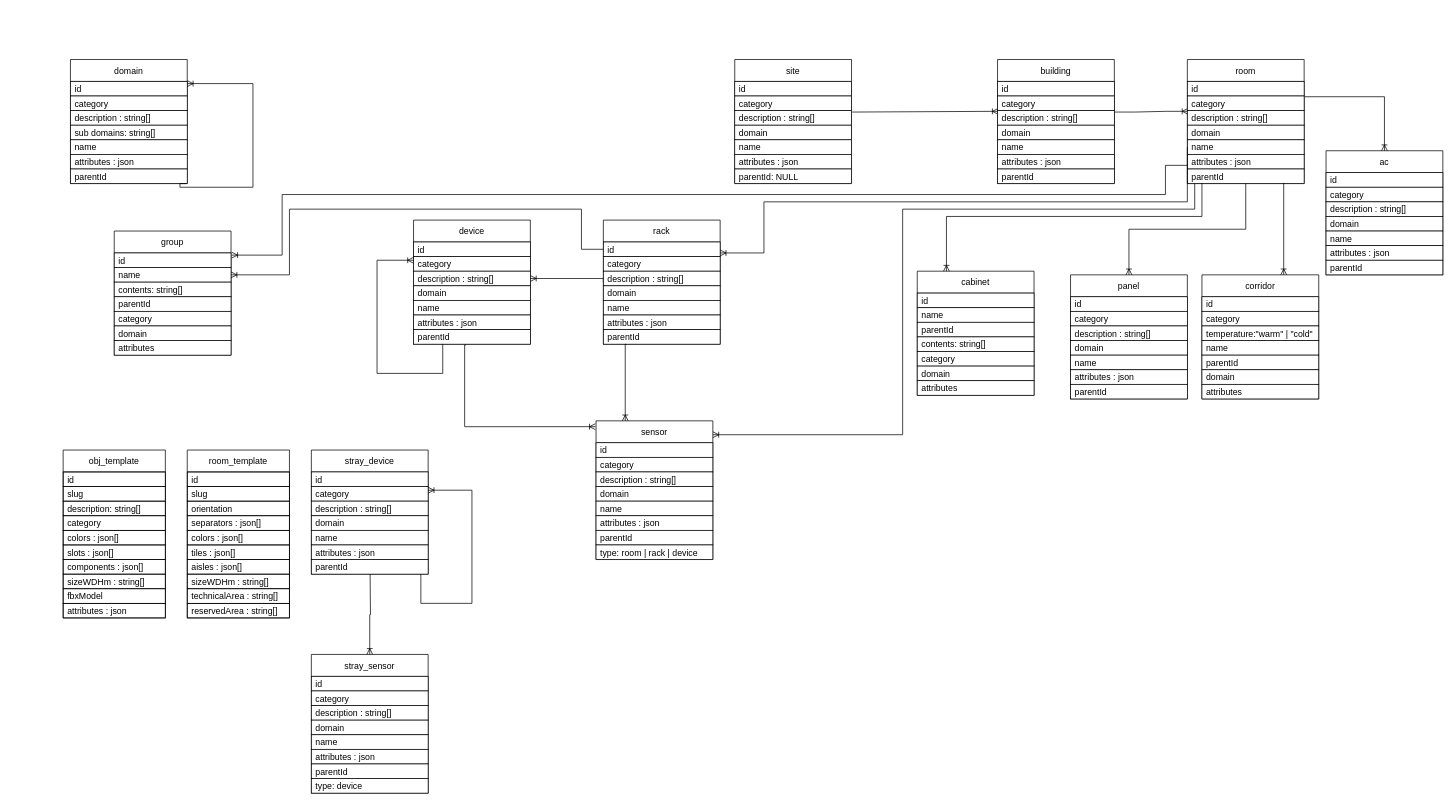
Above: resources/diagrams/DB.drawio in ditrit/OGrEE-Core (draw.io), before the change. Source tidied: cells renumbered, new cells numbered last; positions are measured from the earlier drawing's top-left corner, leaving out a move shared by most shapes. Both pictures are drawn from the tidied source at 73%, with x=0, y=0 at pixel (63, 59).
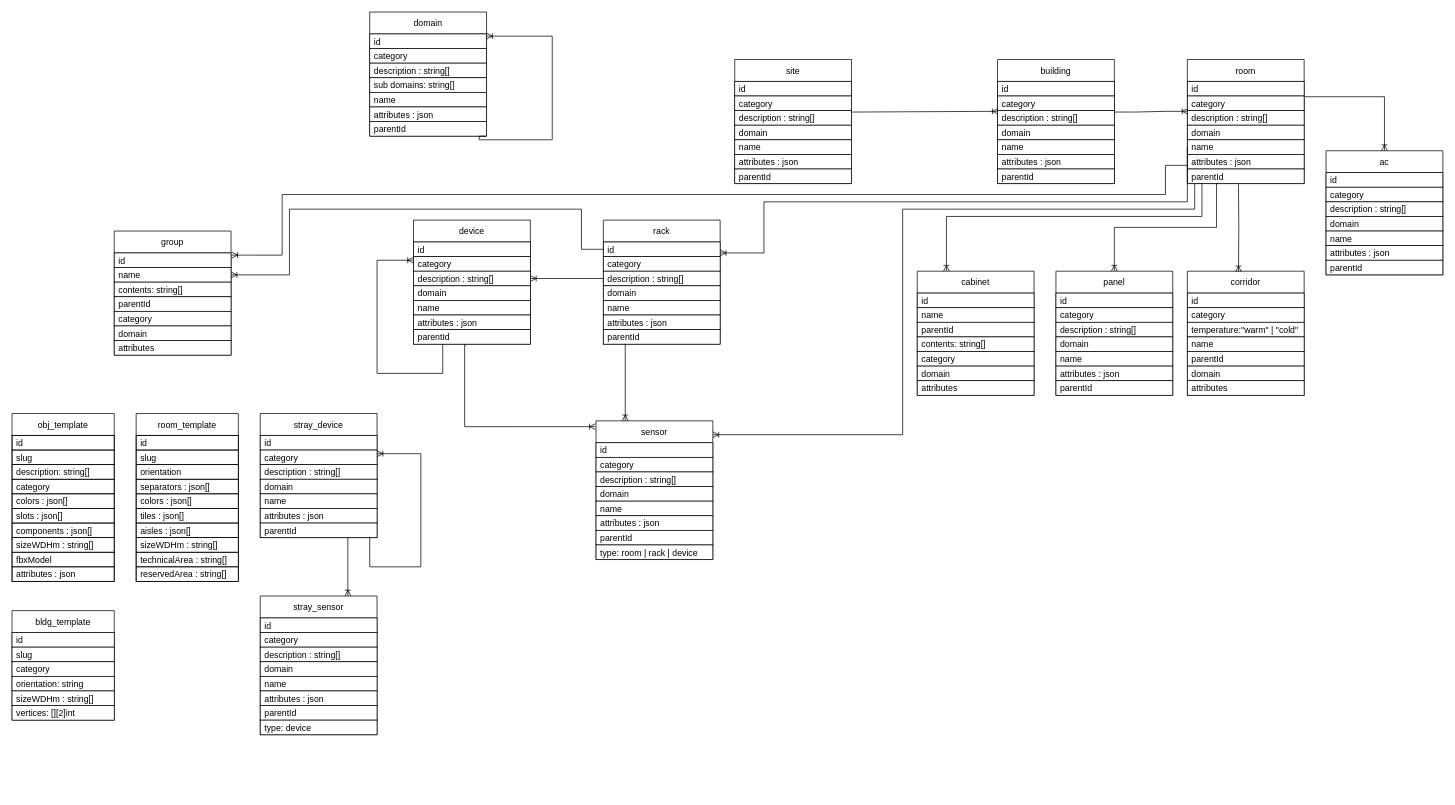
After the change.

The change refers to these unchanged cells:
```xml
<mxCell id="24" value="site" style="swimlane;fontStyle=0;horizontal=1;startSize=30;fillColor=default;strokeColor=default;fontColor=default;" parent="1" vertex="1">
  <mxGeometry x="920" width="160" height="170" as="geometry" />
</mxCell>
<mxCell id="40" value="room" style="swimlane;fontStyle=0;horizontal=1;startSize=30;fillColor=default;strokeColor=default;fontColor=default;" parent="1" vertex="1">
  <mxGeometry x="1540" width="160" height="170" as="geometry" />
</mxCell>
<mxCell id="50" value="parentId" style="text;strokeColor=default;fillColor=default;align=left;verticalAlign=middle;spacingLeft=4;spacingRight=4;overflow=hidden;points=[[0,0.5],[1,0.5]];portConstraint=eastwest;fontColor=default;" parent="40" vertex="1">
  <mxGeometry y="150" width="160" height="20" as="geometry" />
</mxCell>
```

Change to the diagram source:
```diff
@@
-    <mxCell id="2" value="domain" style="swimlane;fontStyle=0;horizontal=1;startSize=30;fillColor=default;strokeColor=default;fontColor=default;" parent="1" vertex="1">
-      <mxGeometry x="10" width="160" height="170" as="geometry" />
-    </mxCell>
-    <mxCell id="3" value="id" style="text;strokeColor=default;fillColor=default;align=left;verticalAlign=middle;spacingLeft=4;spacingRight=4;overflow=hidden;points=[[0,0.5],[1,0.5]];portConstraint=eastwest;fontColor=default;" parent="2" vertex="1">
-      <mxGeometry y="30" width="160" height="20" as="geometry" />
-    </mxCell>
-    <mxCell id="4" value="category" style="text;strokeColor=default;fillColor=default;align=left;verticalAlign=middle;spacingLeft=4;spacingRight=4;overflow=hidden;fontColor=default;" parent="2" vertex="1">
-      <mxGeometry y="50" width="160" height="20" as="geometry" />
-    </mxCell>
-    <mxCell id="5" value="description : string[]" style="text;strokeColor=default;fillColor=default;align=left;verticalAlign=middle;spacingLeft=4;spacingRight=4;overflow=hidden;fontColor=default;" parent="2" vertex="1">
-      <mxGeometry y="70" width="160" height="20" as="geometry" />
-    </mxCell>
-    <mxCell id="6" value="sub domains: string[]" style="text;strokeColor=default;fillColor=default;align=left;verticalAlign=middle;spacingLeft=4;spacingRight=4;overflow=hidden;fontColor=default;" parent="2" vertex="1">
-      <mxGeometry y="90" width="160" height="20" as="geometry" />
-    </mxCell>
-    <mxCell id="7" value="name" style="text;strokeColor=default;fillColor=default;align=left;verticalAlign=middle;spacingLeft=4;spacingRight=4;overflow=hidden;fontColor=default;" parent="2" vertex="1">
-      <mxGeometry y="110" width="160" height="20" as="geometry" />
-    </mxCell>
-    <mxCell id="8" value="attributes : json" style="text;strokeColor=default;fillColor=default;align=left;verticalAlign=middle;spacingLeft=4;spacingRight=4;overflow=hidden;fontColor=default;" parent="2" vertex="1">
-      <mxGeometry y="130" width="160" height="20" as="geometry" />
-    </mxCell>
-    <mxCell id="9" value="parentId" style="text;strokeColor=default;fillColor=default;align=left;verticalAlign=middle;spacingLeft=4;spacingRight=4;overflow=hidden;points=[[0,0.5],[1,0.5]];portConstraint=eastwest;fontColor=default;" parent="2" vertex="1">
-      <mxGeometry y="150" width="160" height="20" as="geometry" />
-    </mxCell>
-    <mxCell id="10" style="edgeStyle=orthogonalEdgeStyle;rounded=0;jettySize=auto;html=1;labelBackgroundColor=default;fontColor=default;endArrow=ERoneToMany;endFill=0;strokeColor=default;exitX=0.994;exitY=1;exitDx=0;exitDy=0;exitPerimeter=0;entryX=1;entryY=0.15;entryDx=0;entryDy=0;entryPerimeter=0;" parent="2" edge="1" source="9" target="3">
-      <mxGeometry relative="1" as="geometry">
-        <Array as="points">
-          <mxPoint x="150" y="170" />
-          <mxPoint x="150" y="175" />
-          <mxPoint x="250" y="175" />
-          <mxPoint x="250" y="33" />
-        </Array>
-      </mxGeometry>
-    </mxCell>
@@
     <mxCell id="13" value="room_template" style="swimlane;fontStyle=0;horizontal=1;startSize=30;fontColor=default;strokeColor=default;fillColor=default;" parent="1" vertex="1">
-      <mxGeometry x="170" y="535" width="140" height="230" as="geometry" />
+      <mxGeometry x="100" y="485" width="140" height="230" as="geometry" />
     </mxCell>
@@
-    <mxCell id="31" value="parentId: NULL" style="text;strokeColor=default;fillColor=default;align=left;verticalAlign=middle;spacingLeft=4;spacingRight=4;overflow=hidden;fontColor=default;" parent="24" vertex="1">
+    <mxCell id="31" value="parentId" style="text;strokeColor=default;fillColor=default;align=left;verticalAlign=middle;spacingLeft=4;spacingRight=4;overflow=hidden;fontColor=default;" parent="24" vertex="1">
       <mxGeometry y="150" width="160" height="20" as="geometry" />
     </mxCell>
@@
     <mxCell id="70" value="obj_template" style="swimlane;fontStyle=0;horizontal=1;startSize=30;fontColor=default;strokeColor=default;fillColor=default;" parent="1" vertex="1">
-      <mxGeometry y="535" width="140" height="230" as="geometry" />
+      <mxGeometry x="-70" y="485" width="140" height="230" as="geometry" />
     </mxCell>
@@
     <mxCell id="101" value="corridor" style="swimlane;fontStyle=0;horizontal=1;startSize=30;fillColor=default;strokeColor=default;fontColor=default;" parent="1" vertex="1">
-      <mxGeometry x="1560" y="295" width="160" height="170" as="geometry" />
+      <mxGeometry x="1540" y="290" width="160" height="170" as="geometry" />
     </mxCell>
@@
     <mxCell id="131" value="panel" style="swimlane;fontStyle=0;horizontal=1;startSize=30;fillColor=default;strokeColor=default;fontColor=default;" parent="1" vertex="1">
-      <mxGeometry x="1380" y="295" width="160" height="170" as="geometry" />
+      <mxGeometry x="1360" y="290" width="160" height="170" as="geometry" />
     </mxCell>
@@
-    <mxCell id="141" style="endArrow=ERoneToMany;html=1;rounded=0;labelBackgroundColor=default;fontColor=default;strokeColor=default;edgeStyle=orthogonalEdgeStyle;endFill=0;entryX=0.5;entryY=0;entryDx=0;entryDy=0;exitX=0.5;exitY=1;exitDx=0;exitDy=0;" parent="1" edge="1" source="40" target="131">
-      <mxGeometry relative="1" as="geometry" />
+    <mxCell id="141" style="endArrow=ERoneToMany;html=1;rounded=0;labelBackgroundColor=default;fontColor=default;strokeColor=default;edgeStyle=orthogonalEdgeStyle;endFill=0;entryX=0.5;entryY=0;entryDx=0;entryDy=0;exitX=0.263;exitY=1;exitDx=0;exitDy=0;exitPerimeter=0;" parent="1" edge="1" source="50" target="131">
+      <mxGeometry relative="1" as="geometry">
+        <Array as="points">
+          <mxPoint x="1580" y="170" />
+          <mxPoint x="1580" y="230" />
+          <mxPoint x="1440" y="230" />
+        </Array>
+      </mxGeometry>
     </mxCell>
-    <mxCell id="142" style="endArrow=ERoneToMany;html=1;rounded=0;labelBackgroundColor=default;fontColor=default;strokeColor=default;edgeStyle=orthogonalEdgeStyle;endFill=0;exitX=0.825;exitY=0.95;exitDx=0;exitDy=0;exitPerimeter=0;" parent="1" edge="1" source="50">
+    <mxCell id="142" style="endArrow=ERoneToMany;html=1;rounded=0;labelBackgroundColor=default;fontColor=default;strokeColor=default;edgeStyle=orthogonalEdgeStyle;endFill=0;entryX=0.438;entryY=0.006;entryDx=0;entryDy=0;entryPerimeter=0;" parent="1" edge="1" target="101">
       <mxGeometry relative="1" as="geometry">
-        <mxPoint x="1672" y="295" as="targetPoint" />
-        <Array as="points">
-          <mxPoint x="1672" y="295" />
-        </Array>
+        <mxPoint x="1610" y="170" as="sourcePoint" />
       </mxGeometry>
     </mxCell>
@@
     <mxCell id="146" value="stray_device" style="swimlane;fontStyle=0;horizontal=1;startSize=30;fillColor=default;strokeColor=default;fontColor=default;" parent="1" vertex="1">
-      <mxGeometry x="340" y="535" width="160" height="170" as="geometry" />
+      <mxGeometry x="270" y="485" width="160" height="170" as="geometry" />
     </mxCell>
@@
     <mxCell id="155" value="stray_sensor" style="swimlane;fontStyle=0;horizontal=1;startSize=30;fillColor=default;strokeColor=default;fontColor=default;" parent="1" vertex="1">
-      <mxGeometry x="340" y="815" width="160" height="190" as="geometry" />
+      <mxGeometry x="270" y="735" width="160" height="190" as="geometry" />
     </mxCell>
-    <mxCell id="156" value="id" style="text;strokeColor=default;fillColor=default;align=left;verticalAlign=middle;spacingLeft=4;spacingRight=4;overflow=hidden;fontColor=default;" parent="155" vertex="1">
-      <mxGeometry y="30" width="160" height="20" as="geometry" />
-    </mxCell>
-    <mxCell id="157" value="category" style="text;strokeColor=default;fillColor=default;align=left;verticalAlign=middle;spacingLeft=4;spacingRight=4;overflow=hidden;fontColor=default;" parent="155" vertex="1">
-      <mxGeometry y="50" width="160" height="20" as="geometry" />
-    </mxCell>
-    <mxCell id="158" value="description : string[]" style="text;strokeColor=default;fillColor=default;align=left;verticalAlign=middle;spacingLeft=4;spacingRight=4;overflow=hidden;fontColor=default;" parent="155" vertex="1">
-      <mxGeometry y="70" width="160" height="20" as="geometry" />
-    </mxCell>
+    <mxCell id="165" value="id" style="text;strokeColor=default;fillColor=default;align=left;verticalAlign=middle;spacingLeft=4;spacingRight=4;overflow=hidden;fontColor=default;" parent="155" vertex="1">
+      <mxGeometry y="30" width="160" height="20" as="geometry" />
+    </mxCell>
+    <mxCell id="166" value="category" style="text;strokeColor=default;fillColor=default;align=left;verticalAlign=middle;spacingLeft=4;spacingRight=4;overflow=hidden;fontColor=default;" parent="155" vertex="1">
+      <mxGeometry y="50" width="160" height="20" as="geometry" />
+    </mxCell>
+    <mxCell id="167" value="description : string[]" style="text;strokeColor=default;fillColor=default;align=left;verticalAlign=middle;spacingLeft=4;spacingRight=4;overflow=hidden;fontColor=default;" parent="155" vertex="1">
+      <mxGeometry y="70" width="160" height="20" as="geometry" />
+    </mxCell>
@@
-    <mxCell id="160" value="name" style="text;strokeColor=default;fillColor=default;align=left;verticalAlign=middle;spacingLeft=4;spacingRight=4;overflow=hidden;fontColor=default;" parent="155" vertex="1">
-      <mxGeometry y="110" width="160" height="20" as="geometry" />
-    </mxCell>
-    <mxCell id="161" value="attributes : json" style="text;strokeColor=default;fillColor=default;align=left;verticalAlign=middle;spacingLeft=4;spacingRight=4;overflow=hidden;fontColor=default;" parent="155" vertex="1">
-      <mxGeometry y="130" width="160" height="20" as="geometry" />
-    </mxCell>
-    <mxCell id="162" value="parentId" style="text;strokeColor=default;fillColor=default;align=left;verticalAlign=middle;spacingLeft=4;spacingRight=4;overflow=hidden;fontColor=default;" parent="155" vertex="1">
-      <mxGeometry y="150" width="160" height="20" as="geometry" />
-    </mxCell>
+    <mxCell id="168" value="name" style="text;strokeColor=default;fillColor=default;align=left;verticalAlign=middle;spacingLeft=4;spacingRight=4;overflow=hidden;fontColor=default;" parent="155" vertex="1">
+      <mxGeometry y="110" width="160" height="20" as="geometry" />
+    </mxCell>
+    <mxCell id="169" value="attributes : json" style="text;strokeColor=default;fillColor=default;align=left;verticalAlign=middle;spacingLeft=4;spacingRight=4;overflow=hidden;fontColor=default;" parent="155" vertex="1">
+      <mxGeometry y="130" width="160" height="20" as="geometry" />
+    </mxCell>
+    <mxCell id="170" value="parentId" style="text;strokeColor=default;fillColor=default;align=left;verticalAlign=middle;spacingLeft=4;spacingRight=4;overflow=hidden;fontColor=default;" parent="155" vertex="1">
+      <mxGeometry y="150" width="160" height="20" as="geometry" />
+    </mxCell>
@@
-    <mxCell id="164" style="edgeStyle=orthogonalEdgeStyle;rounded=0;jettySize=auto;html=1;entryX=0.5;entryY=0;entryDx=0;entryDy=0;labelBackgroundColor=default;fontColor=default;endArrow=ERoneToMany;endFill=0;strokeColor=default;exitX=0.194;exitY=1.05;exitDx=0;exitDy=0;exitPerimeter=0;" parent="1" edge="1" target="155">
-      <mxGeometry relative="1" as="geometry">
-        <mxPoint x="420.5" y="705" as="sourcePoint" />
-      </mxGeometry>
-    </mxCell>
+    <mxCell id="171" style="endArrow=ERoneToMany;html=1;rounded=0;labelBackgroundColor=default;fontColor=default;strokeColor=default;edgeStyle=orthogonalEdgeStyle;endFill=0;exitX=0.5;exitY=1;exitDx=0;exitDy=0;entryX=0.75;entryY=0;entryDx=0;entryDy=0;" parent="1" edge="1" target="155">
+      <mxGeometry relative="1" as="geometry">
+        <mxPoint x="390" y="655" as="sourcePoint" />
+        <Array as="points">
+          <mxPoint x="390" y="695" />
+          <mxPoint x="390" y="695" />
+        </Array>
+      </mxGeometry>
+    </mxCell>
+    <mxCell id="172" value="bldg_template" style="swimlane;fontStyle=0;horizontal=1;startSize=30;fillColor=default;strokeColor=default;fontColor=default;" parent="1" vertex="1">
+      <mxGeometry x="-70" y="755" width="140" height="150" as="geometry" />
+    </mxCell>
+    <mxCell id="173" value="id" style="text;strokeColor=default;fillColor=default;align=left;verticalAlign=middle;spacingLeft=4;spacingRight=4;overflow=hidden;fontColor=default;" parent="172" vertex="1">
+      <mxGeometry y="30" width="140" height="20" as="geometry" />
+    </mxCell>
+    <mxCell id="174" value="slug" style="text;strokeColor=default;fillColor=default;align=left;verticalAlign=middle;spacingLeft=4;spacingRight=4;overflow=hidden;fontColor=default;" parent="172" vertex="1">
+      <mxGeometry y="50" width="140" height="20" as="geometry" />
+    </mxCell>
+    <mxCell id="175" value="category" style="text;strokeColor=default;fillColor=default;align=left;verticalAlign=middle;spacingLeft=4;spacingRight=4;overflow=hidden;fontColor=default;" parent="172" vertex="1">
+      <mxGeometry y="70" width="140" height="20" as="geometry" />
+    </mxCell>
+    <mxCell id="176" value="orientation: string" style="text;strokeColor=default;fillColor=default;align=left;verticalAlign=middle;spacingLeft=4;spacingRight=4;overflow=hidden;fontColor=default;" parent="172" vertex="1">
+      <mxGeometry y="90" width="140" height="20" as="geometry" />
+    </mxCell>
+    <mxCell id="177" value="sizeWDHm : string[]" style="text;strokeColor=default;fillColor=default;align=left;verticalAlign=middle;spacingLeft=4;spacingRight=4;overflow=hidden;fontColor=default;" parent="172" vertex="1">
+      <mxGeometry y="110" width="140" height="20" as="geometry" />
+    </mxCell>
+    <mxCell id="178" value="vertices: [][2]int" style="text;strokeColor=default;fillColor=default;align=left;verticalAlign=middle;spacingLeft=4;spacingRight=4;overflow=hidden;fontColor=default;" parent="172" vertex="1">
+      <mxGeometry y="130" width="140" height="20" as="geometry" />
+    </mxCell>
+    <mxCell id="2" value="domain" style="swimlane;fontStyle=0;horizontal=1;startSize=30;fillColor=default;strokeColor=default;fontColor=default;" parent="1" vertex="1">
+      <mxGeometry x="420" y="-65" width="160" height="170" as="geometry" />
+    </mxCell>
+    <mxCell id="179" value="id" style="text;strokeColor=default;fillColor=default;align=left;verticalAlign=middle;spacingLeft=4;spacingRight=4;overflow=hidden;points=[[0,0.5],[1,0.5]];portConstraint=eastwest;fontColor=default;" parent="2" vertex="1">
+      <mxGeometry y="30" width="160" height="20" as="geometry" />
+    </mxCell>
+    <mxCell id="180" value="category" style="text;strokeColor=default;fillColor=default;align=left;verticalAlign=middle;spacingLeft=4;spacingRight=4;overflow=hidden;fontColor=default;" parent="2" vertex="1">
+      <mxGeometry y="50" width="160" height="20" as="geometry" />
+    </mxCell>
+    <mxCell id="181" value="description : string[]" style="text;strokeColor=default;fillColor=default;align=left;verticalAlign=middle;spacingLeft=4;spacingRight=4;overflow=hidden;fontColor=default;" parent="2" vertex="1">
+      <mxGeometry y="70" width="160" height="20" as="geometry" />
+    </mxCell>
+    <mxCell id="6" value="sub domains: string[]" style="text;strokeColor=default;fillColor=default;align=left;verticalAlign=middle;spacingLeft=4;spacingRight=4;overflow=hidden;fontColor=default;" parent="2" vertex="1">
+      <mxGeometry y="90" width="160" height="20" as="geometry" />
+    </mxCell>
+    <mxCell id="182" value="name" style="text;strokeColor=default;fillColor=default;align=left;verticalAlign=middle;spacingLeft=4;spacingRight=4;overflow=hidden;fontColor=default;" parent="2" vertex="1">
+      <mxGeometry y="110" width="160" height="20" as="geometry" />
+    </mxCell>
+    <mxCell id="183" value="attributes : json" style="text;strokeColor=default;fillColor=default;align=left;verticalAlign=middle;spacingLeft=4;spacingRight=4;overflow=hidden;fontColor=default;" parent="2" vertex="1">
+      <mxGeometry y="130" width="160" height="20" as="geometry" />
+    </mxCell>
+    <mxCell id="184" value="parentId" style="text;strokeColor=default;fillColor=default;align=left;verticalAlign=middle;spacingLeft=4;spacingRight=4;overflow=hidden;points=[[0,0.5],[1,0.5]];portConstraint=eastwest;fontColor=default;" parent="2" vertex="1">
+      <mxGeometry y="150" width="160" height="20" as="geometry" />
+    </mxCell>
+    <mxCell id="185" style="edgeStyle=orthogonalEdgeStyle;rounded=0;jettySize=auto;html=1;labelBackgroundColor=default;fontColor=default;endArrow=ERoneToMany;endFill=0;strokeColor=default;exitX=0.994;exitY=1;exitDx=0;exitDy=0;exitPerimeter=0;entryX=1;entryY=0.15;entryDx=0;entryDy=0;entryPerimeter=0;" parent="2" edge="1" source="184" target="179">
+      <mxGeometry relative="1" as="geometry">
+        <Array as="points">
+          <mxPoint x="150" y="170" />
+          <mxPoint x="150" y="175" />
+          <mxPoint x="250" y="175" />
+          <mxPoint x="250" y="33" />
+        </Array>
+      </mxGeometry>
+    </mxCell>
```
